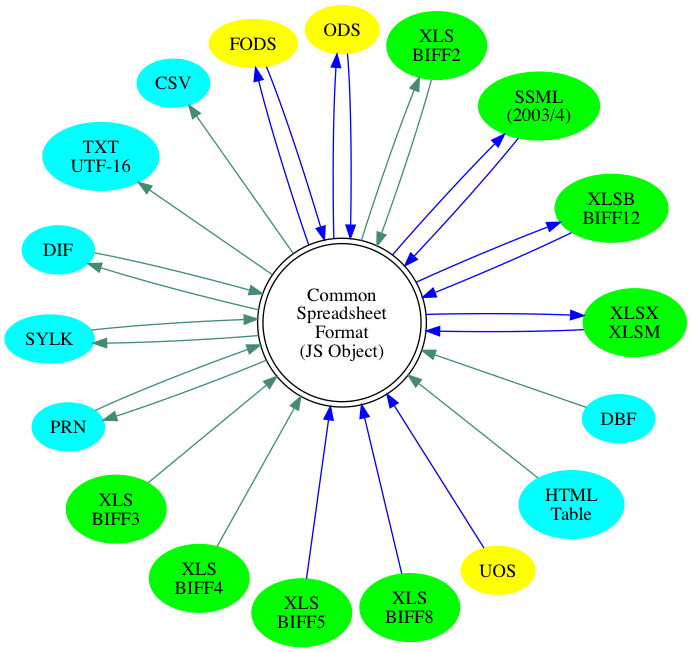
Above: formats.png in KingTiger001/sheet-project (Graphviz), before the change. Its source is kept beside it as formats.dot.
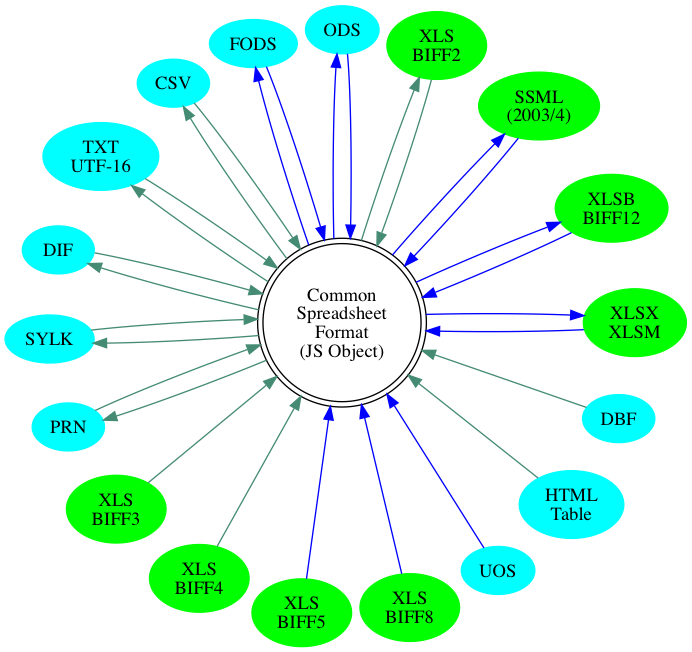
The same file after the commit.

The edit, as a diff of the source:
```diff
@@ -13,15 +13,11 @@
 		xls8  [label="XLS\nBIFF8"];
 	}
 
-	subgraph OD {
-		node  [style=filled,color=yellow];
+	subgraph OLD {
+		node  [style=filled,color=cyan];
 		ods   [label="ODS"];
 		fods  [label="FODS"];
 		uos   [label="UOS"];
-	}
-
-	subgraph OLD {
-		node  [style=filled,color=cyan];
 		html  [label="HTML\nTable"];
 		csv   [label="CSV"];
 		txt   [label="TXT\nUTF-16"];
@@ -59,7 +55,9 @@
 		dif -> csf
 		prn -> csf
 		csf -> prn
+		csv -> csf
 		csf -> csv
+		txt -> csf
 		csf -> txt
 		dbf -> csf
 		html -> csf
```
